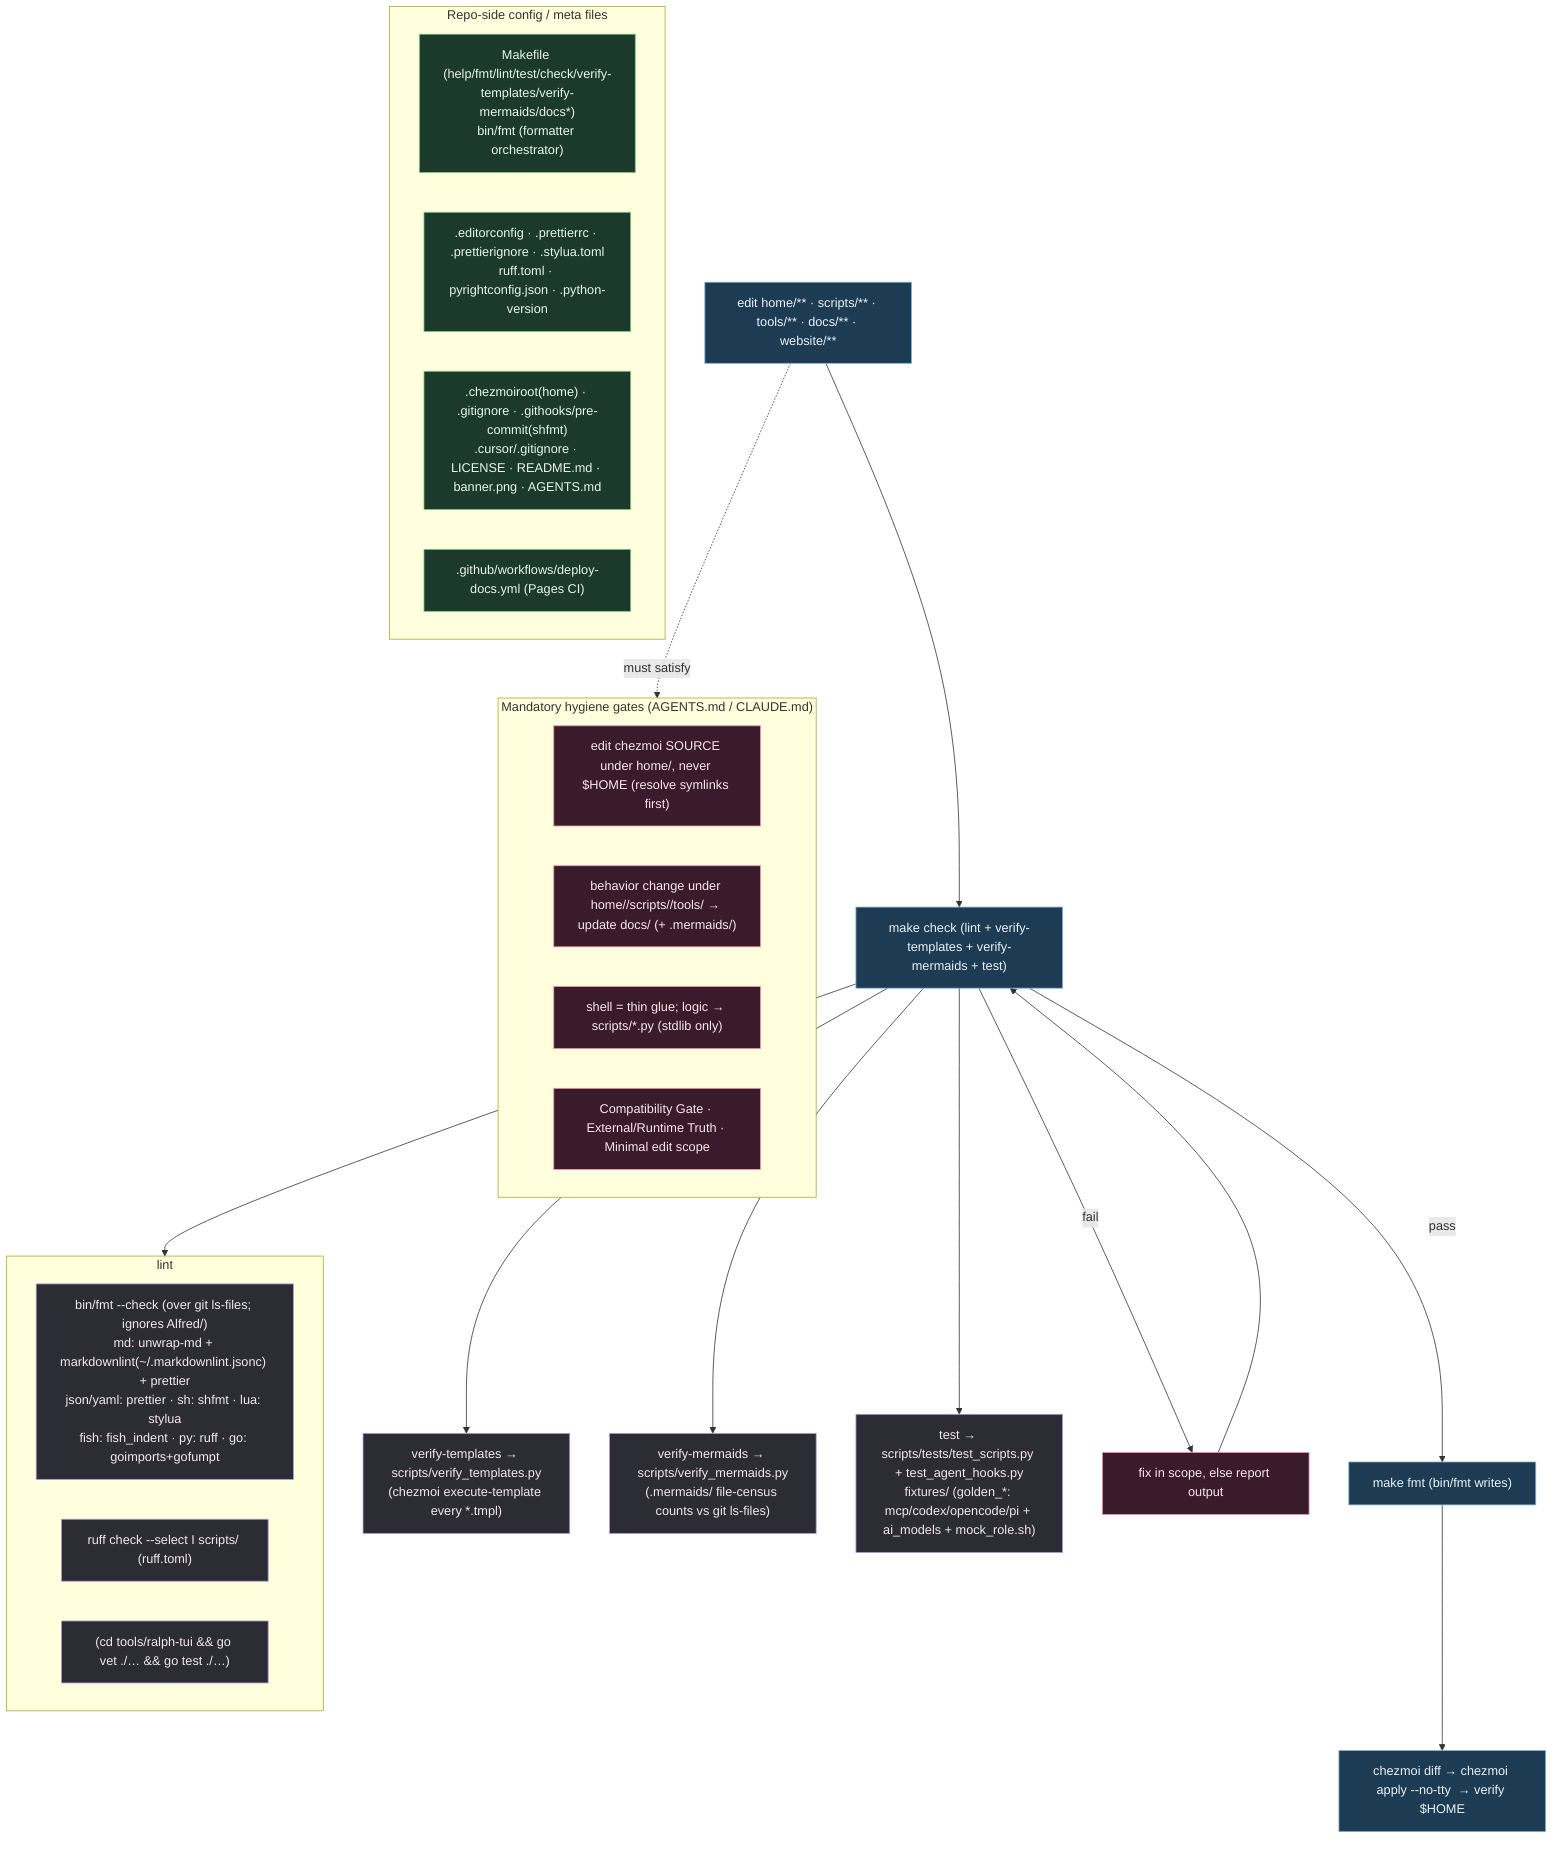
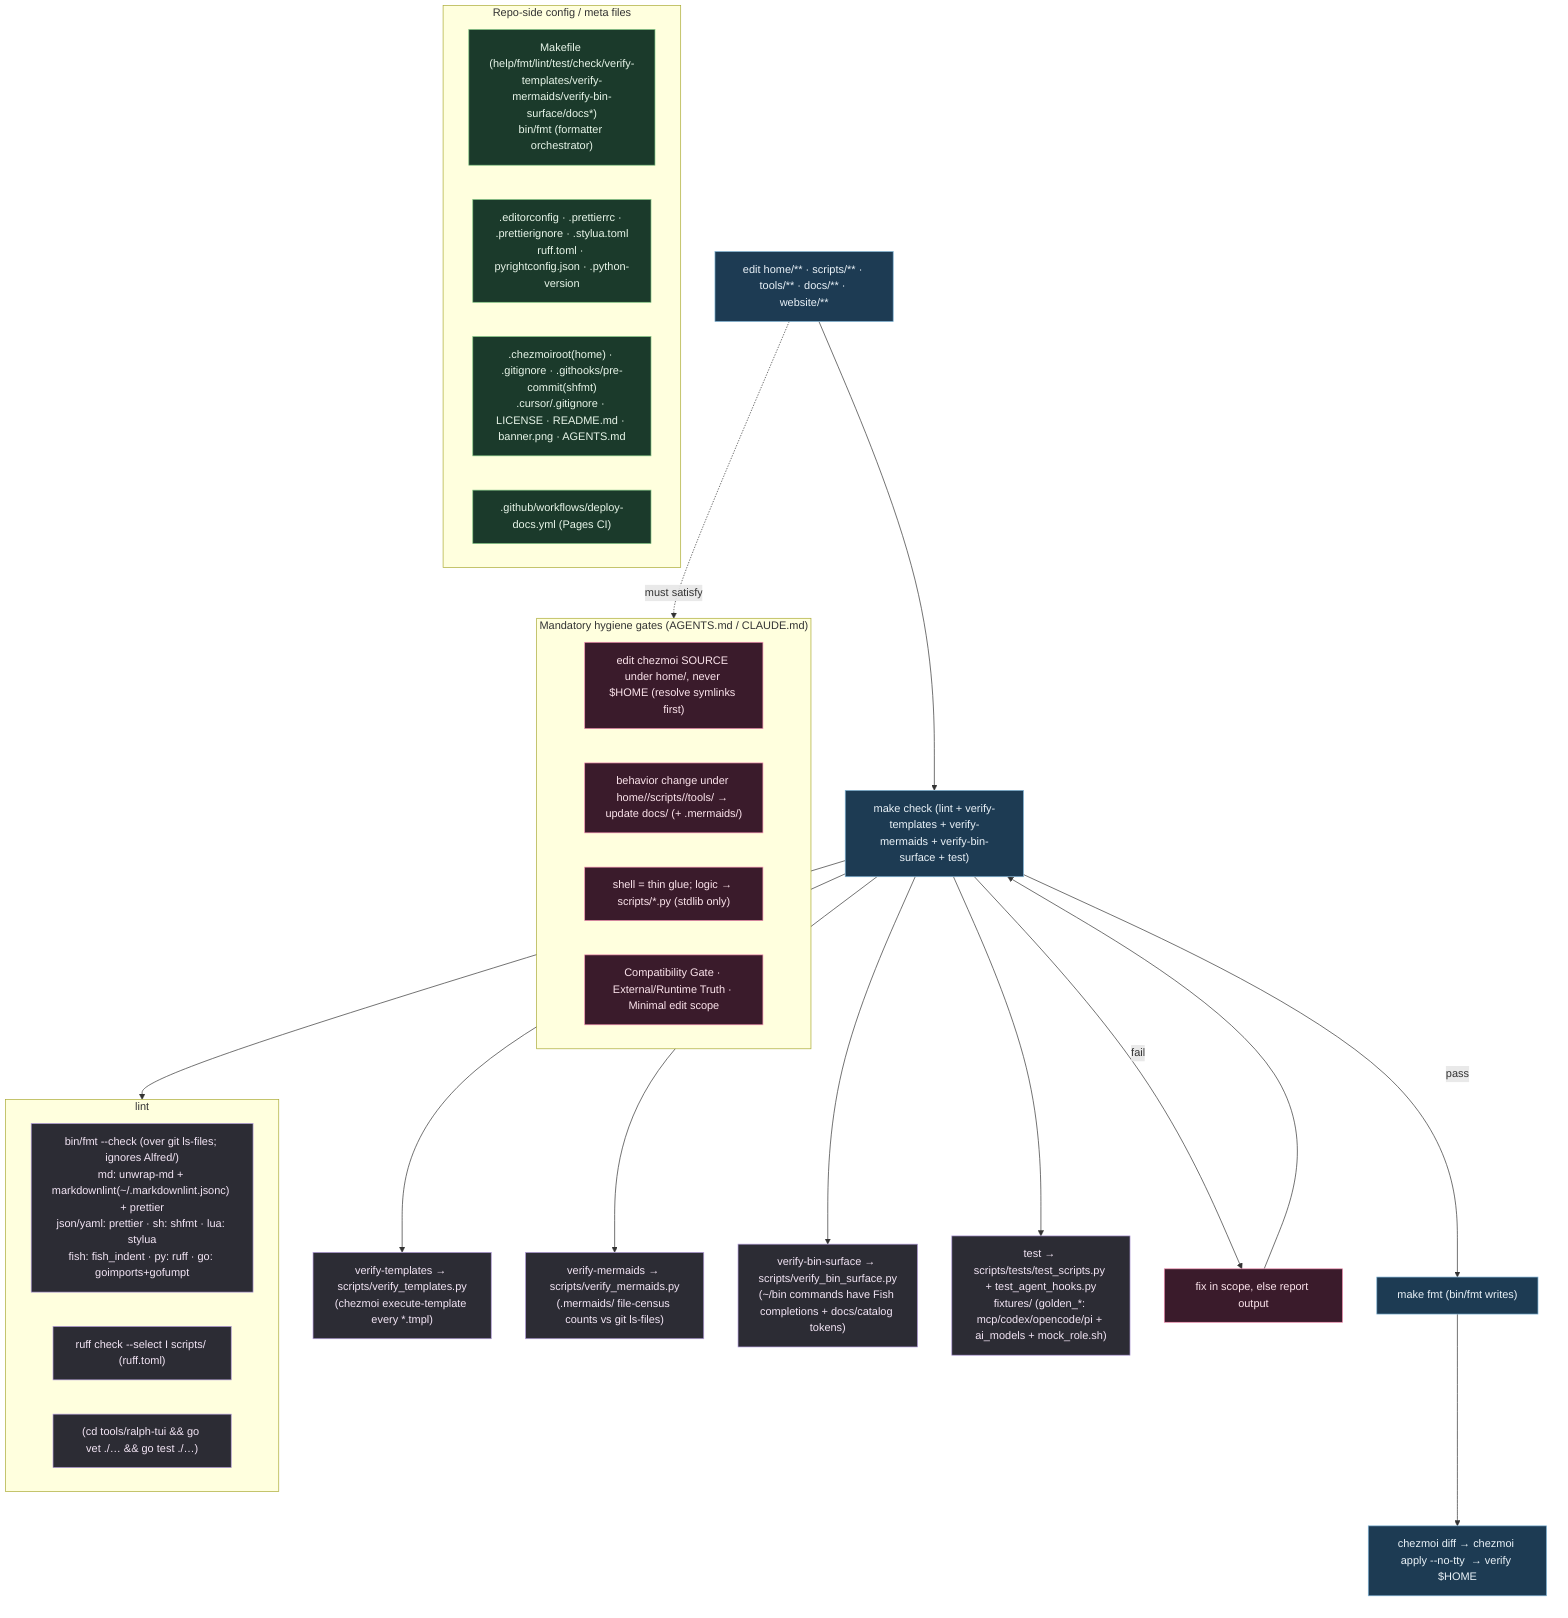
%% ============================================================================
%% 09-repo-validation.mmd — Repo dev loop + every repo-side config/meta file.
%% After every change: `make check` then `make fmt`. bin/fmt operates over
%% `git ls-files` (so .mmd files, having no matched extension, are untouched).
%% ============================================================================
flowchart TD
    classDef mk fill:#1d3b53,stroke:#7fb3d5,color:#eaf2f8;
    classDef tool fill:#2c2c34,stroke:#b39ddb,color:#f3e5f5;
    classDef gate fill:#3a1b2b,stroke:#f48fb1,color:#fce4ec;
    classDef cfg fill:#1b3a2b,stroke:#81c784,color:#e8f5e9;

-     EDIT["edit home/** · scripts/** · tools/** · docs/** · website/**"]:::mk --> CHECK["make check (lint + verify-templates + verify-mermaids + test)"]:::mk
+     EDIT["edit home/** · scripts/** · tools/** · docs/** · website/**"]:::mk --> CHECK["make check (lint + verify-templates + verify-mermaids + verify-bin-surface + test)"]:::mk

    subgraph LINT["lint"]
        FMT["bin/fmt --check (over git ls-files; ignores Alfred/)<br/>md: unwrap-md + markdownlint(~/.markdownlint.jsonc) + prettier<br/>json/yaml: prettier · sh: shfmt · lua: stylua<br/>fish: fish_indent · py: ruff · go: goimports+gofumpt"]:::tool
        RUFFI["ruff check --select I scripts/ (ruff.toml)"]:::tool
        GOV["(cd tools/ralph-tui && go vet ./… && go test ./…)"]:::tool
    end
    VT["verify-templates → scripts/verify_templates.py<br/>(chezmoi execute-template every *.tmpl)"]:::tool
    VM["verify-mermaids → scripts/verify_mermaids.py<br/>(.mermaids/ file-census counts vs git ls-files)"]:::tool
+     VB["verify-bin-surface → scripts/verify_bin_surface.py<br/>(~/bin commands have Fish completions + docs/catalog tokens)"]:::tool
    TST["test → scripts/tests/test_scripts.py + test_agent_hooks.py<br/>fixtures/ (golden_*: mcp/codex/opencode/pi + ai_models + mock_role.sh)"]:::tool
-     CHECK --> LINT & VT & VM & TST
+     CHECK --> LINT & VT & VM & VB & TST

    CHECK -->|fail| FIX["fix in scope, else report output"]:::gate --> CHECK
    CHECK -->|pass| FMTW["make fmt (bin/fmt writes)"]:::mk
    FMTW --> APPLY["chezmoi diff → chezmoi apply --no-tty <target> → verify $HOME"]:::mk

    subgraph CONFIG["Repo-side config / meta files"]
-         C1["Makefile (help/fmt/lint/test/check/verify-templates/verify-mermaids/docs*)<br/>bin/fmt (formatter orchestrator)"]:::cfg
+         C1["Makefile (help/fmt/lint/test/check/verify-templates/verify-mermaids/verify-bin-surface/docs*)<br/>bin/fmt (formatter orchestrator)"]:::cfg
        C2[".editorconfig · .prettierrc · .prettierignore · .stylua.toml<br/>ruff.toml · pyrightconfig.json · .python-version"]:::cfg
        C3[".chezmoiroot(home) · .gitignore · .githooks/pre-commit(shfmt)<br/>.cursor/.gitignore · LICENSE · README.md · banner.png · AGENTS.md"]:::cfg
        C4[".github/workflows/deploy-docs.yml (Pages CI)"]:::cfg
    end

    subgraph HYG["Mandatory hygiene gates (AGENTS.md / CLAUDE.md)"]
        G1["edit chezmoi SOURCE under home/, never $HOME (resolve symlinks first)"]:::gate
        G2["behavior change under home//scripts//tools/ → update docs/ (+ .mermaids/)"]:::gate
        G3["shell = thin glue; logic → scripts/*.py (stdlib only)"]:::gate
        G4["Compatibility Gate · External/Runtime Truth · Minimal edit scope"]:::gate
    end
    EDIT -.must satisfy.-> HYG
